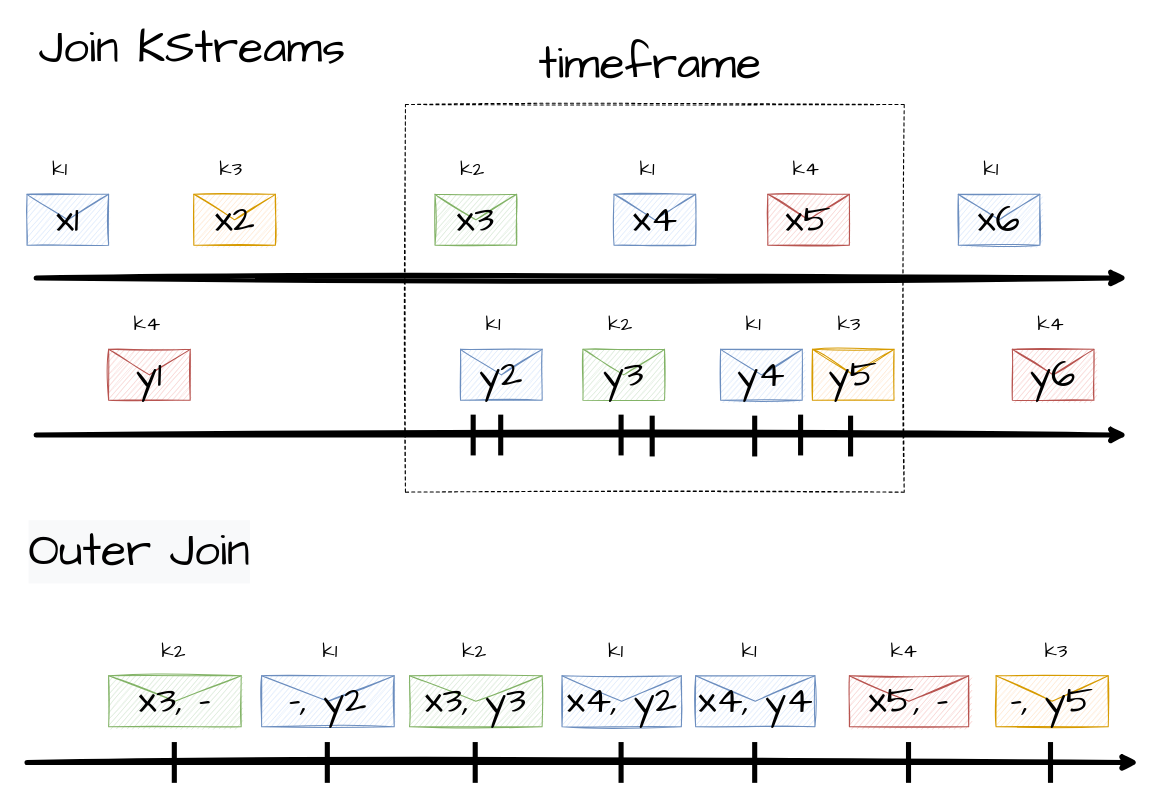
Before: page "Page-8" (8 of 15) of Untitled Diagram.drawio in tamani-coding/kafka-streams-tutorial, a draw.io diagram. Source tidied: cells renumbered, new cells numbered last; positions are measured from the earlier drawing's top-left corner, leaving out a move shared by most shapes. Both pictures are drawn from the tidied source at 102%, with x=0, y=0 at pixel (27, 38).
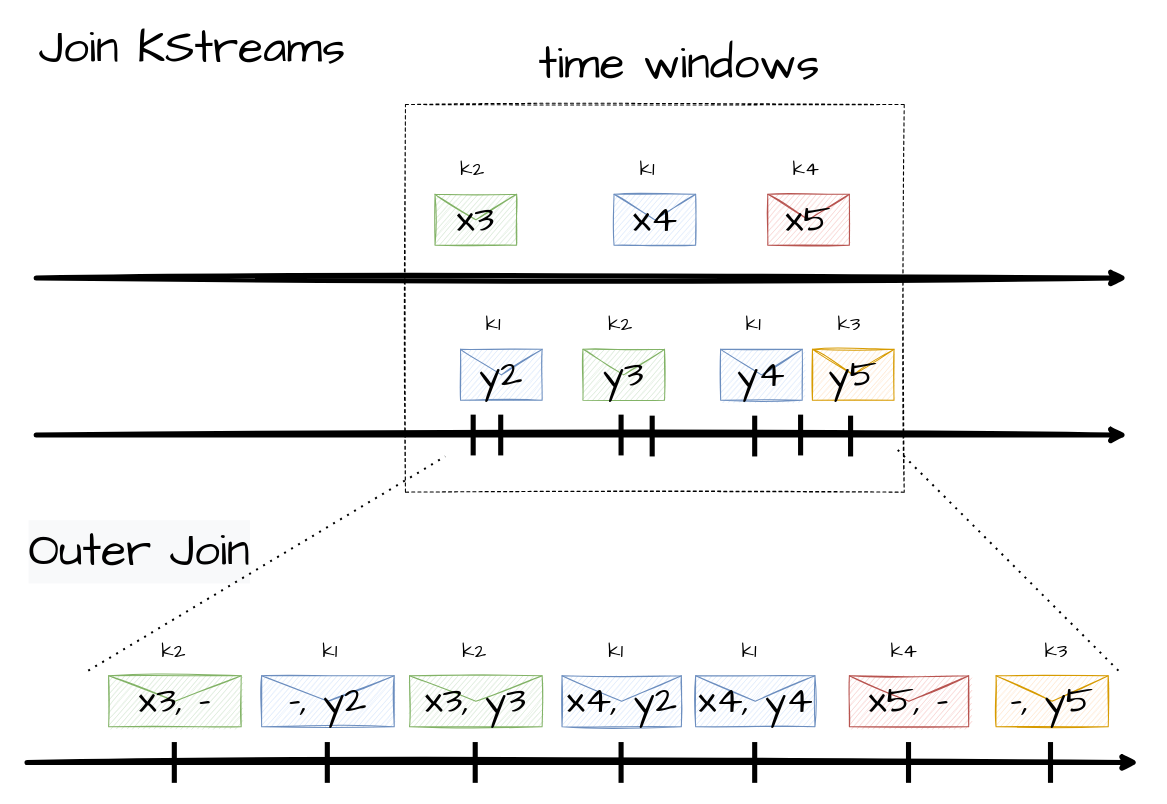
Above is the later version.

Unchanged cells that the change refers to:
```xml
<mxCell id="2" style="rounded=0;whiteSpace=wrap;html=1;sketch=1;fontFamily=Comic Sans MS;fontSize=20;dashed=1;" parent="1" vertex="1">
  <mxGeometry x="371" y="65" width="489" height="380" as="geometry" />
</mxCell>
```

What changed in the source:
```diff
@@
-    <mxCell id="5" value="&lt;font style=&quot;font-size: 38px&quot; face=&quot;Comic Sans MS&quot;&gt;x1&lt;/font&gt;" style="shape=message;html=1;whiteSpace=wrap;html=1;sketch=1;fillColor=#dae8fc;strokeColor=#6c8ebf;" parent="1" vertex="1">
-      <mxGeometry y="153" width="80" height="50" as="geometry" />
-    </mxCell>
-    <mxCell id="6" value="&lt;font style=&quot;font-size: 20px&quot; face=&quot;Comic Sans MS&quot;&gt;k1&lt;/font&gt;" style="text;html=1;strokeColor=none;fillColor=none;align=left;verticalAlign=middle;whiteSpace=wrap;rounded=0;sketch=1;fontSize=20;" parent="1" vertex="1">
-      <mxGeometry x="23" y="118" width="30" height="20" as="geometry" />
-    </mxCell>
@@
-    <mxCell id="12" value="&lt;font style=&quot;font-size: 45px&quot; face=&quot;Comic Sans MS&quot;&gt;timeframe&lt;/font&gt;" style="text;html=1;strokeColor=none;fillColor=none;align=left;verticalAlign=middle;whiteSpace=wrap;rounded=0;sketch=1;" parent="1" vertex="1">
-      <mxGeometry x="500" y="15" width="350" height="20" as="geometry" />
-    </mxCell>
@@
-    <mxCell id="14" value="&lt;font style=&quot;font-size: 38px&quot; face=&quot;Comic Sans MS&quot;&gt;x2&lt;/font&gt;" style="shape=message;html=1;whiteSpace=wrap;html=1;sketch=1;fillColor=#ffe6cc;strokeColor=#d79b00;" parent="1" vertex="1">
-      <mxGeometry x="163.5" y="153" width="80" height="50" as="geometry" />
-    </mxCell>
-    <mxCell id="15" value="&lt;font style=&quot;font-size: 20px&quot; face=&quot;Comic Sans MS&quot;&gt;k3&lt;/font&gt;" style="text;html=1;strokeColor=none;fillColor=none;align=left;verticalAlign=middle;whiteSpace=wrap;rounded=0;sketch=1;fontSize=20;" parent="1" vertex="1">
-      <mxGeometry x="186.5" y="118" width="30" height="20" as="geometry" />
-    </mxCell>
@@
-    <mxCell id="22" value="&lt;font style=&quot;font-size: 38px&quot; face=&quot;Comic Sans MS&quot;&gt;x6&lt;/font&gt;" style="shape=message;html=1;whiteSpace=wrap;html=1;sketch=1;fillColor=#dae8fc;strokeColor=#6c8ebf;" parent="1" vertex="1">
-      <mxGeometry x="913" y="153" width="80" height="50" as="geometry" />
-    </mxCell>
-    <mxCell id="23" value="&lt;font style=&quot;font-size: 20px&quot; face=&quot;Comic Sans MS&quot;&gt;k1&lt;/font&gt;" style="text;html=1;strokeColor=none;fillColor=none;align=left;verticalAlign=middle;whiteSpace=wrap;rounded=0;sketch=1;fontSize=20;" parent="1" vertex="1">
-      <mxGeometry x="936" y="118" width="30" height="20" as="geometry" />
-    </mxCell>
-    <mxCell id="24" value="&lt;font style=&quot;font-size: 38px&quot; face=&quot;Comic Sans MS&quot;&gt;y1&lt;/font&gt;" style="shape=message;html=1;whiteSpace=wrap;html=1;sketch=1;fillColor=#f8cecc;strokeColor=#b85450;" parent="1" vertex="1">
-      <mxGeometry x="80" y="305" width="80" height="50" as="geometry" />
-    </mxCell>
-    <mxCell id="25" value="&lt;font style=&quot;font-size: 20px&quot; face=&quot;Comic Sans MS&quot;&gt;k4&lt;/font&gt;" style="text;html=1;strokeColor=none;fillColor=none;align=left;verticalAlign=middle;whiteSpace=wrap;rounded=0;sketch=1;fontSize=20;" parent="1" vertex="1">
-      <mxGeometry x="103" y="270" width="30" height="20" as="geometry" />
-    </mxCell>
@@
-    <mxCell id="30" value="&lt;font style=&quot;font-size: 38px&quot; face=&quot;Comic Sans MS&quot;&gt;y6&lt;/font&gt;" style="shape=message;html=1;whiteSpace=wrap;html=1;sketch=1;fillColor=#f8cecc;strokeColor=#b85450;" parent="1" vertex="1">
-      <mxGeometry x="966" y="305" width="80" height="50" as="geometry" />
-    </mxCell>
-    <mxCell id="31" value="&lt;font style=&quot;font-size: 20px&quot; face=&quot;Comic Sans MS&quot;&gt;k4&lt;/font&gt;" style="text;html=1;strokeColor=none;fillColor=none;align=left;verticalAlign=middle;whiteSpace=wrap;rounded=0;sketch=1;fontSize=20;" parent="1" vertex="1">
-      <mxGeometry x="989" y="270" width="30" height="20" as="geometry" />
-    </mxCell>
@@
+    <mxCell id="61" style="endArrow=none;dashed=1;html=1;dashPattern=1 3;strokeWidth=2;" parent="1" edge="1">
+      <mxGeometry relative="1" as="geometry">
+        <mxPoint x="60" y="620" as="sourcePoint" />
+        <mxPoint x="410" y="410" as="targetPoint" />
+      </mxGeometry>
+    </mxCell>
+    <mxCell id="62" style="endArrow=none;dashed=1;html=1;dashPattern=1 3;strokeWidth=2;entryX=0.98;entryY=0.882;entryDx=0;entryDy=0;entryPerimeter=0;" parent="1" edge="1" target="2">
+      <mxGeometry relative="1" as="geometry">
+        <mxPoint x="1070" y="620" as="sourcePoint" />
+      </mxGeometry>
+    </mxCell>
+    <mxCell id="63" value="&lt;font style=&quot;font-size: 45px&quot; face=&quot;Comic Sans MS&quot;&gt;time windows&lt;/font&gt;" style="text;html=1;strokeColor=none;fillColor=none;align=left;verticalAlign=middle;whiteSpace=wrap;rounded=0;sketch=1;" parent="1" vertex="1">
+      <mxGeometry x="500" y="15" width="350" height="20" as="geometry" />
+    </mxCell>
```
